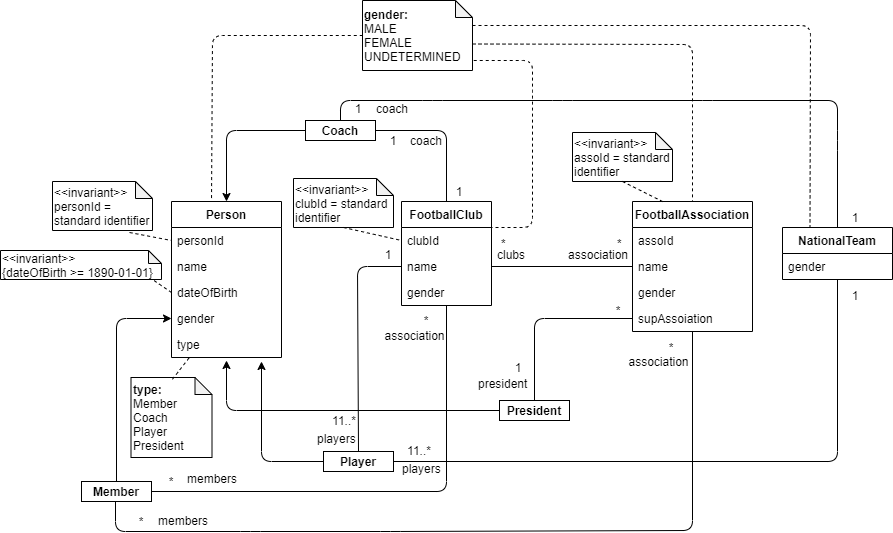
The draw.io diagram domain_model.png in Bergmann97/DFB_Webapp, before a commit. Source tidied: cells renumbered, new cells last; positions are measured from the earlier drawing's top-left corner, leaving out a move shared by most shapes.
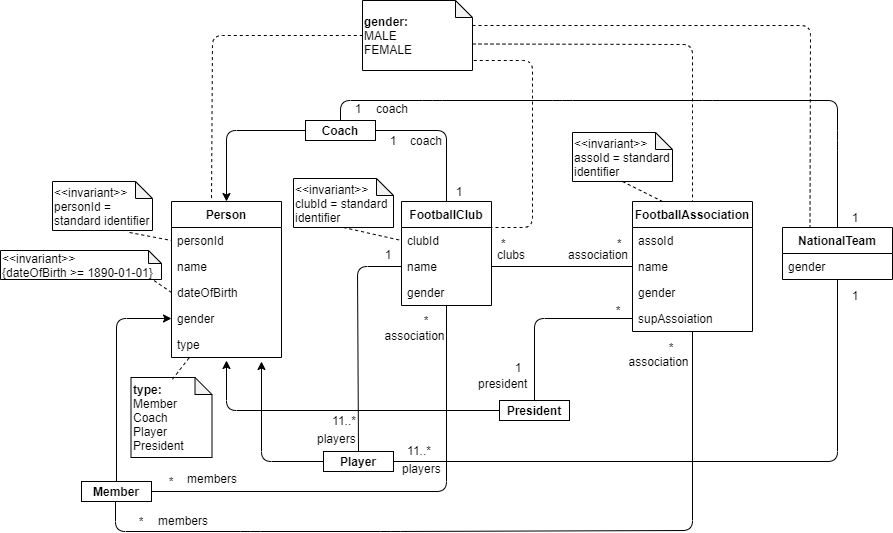
The same file after the commit.

Change to the diagram source:
```diff
@@ -239,7 +239,7 @@
     <mxCell id="61" value="1" style="text;html=1;strokeColor=none;fillColor=none;align=center;verticalAlign=middle;whiteSpace=wrap;rounded=0;" parent="1" vertex="1">
       <mxGeometry x="842" y="207" width="26" height="20" as="geometry" />
     </mxCell>
-    <mxCell id="62" value="&lt;b&gt;gender:&lt;/b&gt;&lt;br&gt;MALE&lt;br&gt;FEMALE&lt;br&gt;UNDETERMINED" style="shape=note;whiteSpace=wrap;html=1;backgroundOutline=1;darkOpacity=0.05;strokeWidth=1;align=left;size=17;" parent="1" vertex="1">
+    <mxCell id="62" value="&lt;b&gt;gender:&lt;/b&gt;&lt;br&gt;MALE&lt;br&gt;FEMALE" style="shape=note;whiteSpace=wrap;html=1;backgroundOutline=1;darkOpacity=0.05;strokeWidth=1;align=left;size=17;" parent="1" vertex="1">
       <mxGeometry x="362" width="110" height="70" as="geometry" />
     </mxCell>
     <mxCell id="63" style="endArrow=none;dashed=1;html=1;entryX=0;entryY=0.5;entryDx=0;entryDy=0;entryPerimeter=0;exitX=0.364;exitY=-0.022;exitDx=0;exitDy=0;exitPerimeter=0;" parent="1" edge="1" source="2" target="62">
```
